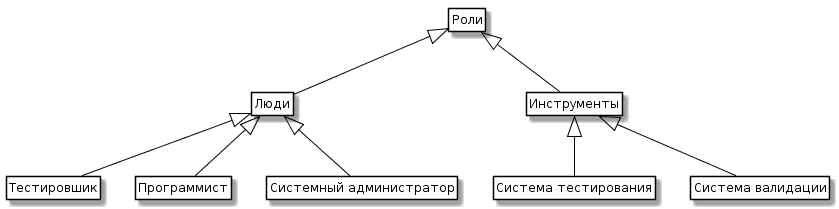
This is kursovaya/uml-2.png from VLBond007/VLBond007, a PlantUML export, as it was before one commit.
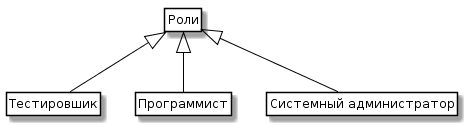
After the change.

Diff of the diagram source:
```diff
@@ -6,22 +6,15 @@
 }
 
 class Roles as "Роли"
-class Persons as "Люди"
-class Instruments as "Инструменты"
-class SysTest as "Система тестирования"
-class SysValidata as "Система валидации"
 class Tester as "Тестировшик"
 class Programmer as "Программист"
 class SystemAdministrator as "Системный администратор"
 
-Roles <|-- Persons
-Roles <|--Instruments
 
-Instruments <|--SysTest
-Instruments <|--SysValidata
-Persons <|-- Programmer
-Persons <|-- Tester
-Persons <|-- SystemAdministrator
+
+Roles<|-- Programmer
+Roles<|-- Tester
+Roles<|-- SystemAdministrator
 
 hide members
 hide circle
```
